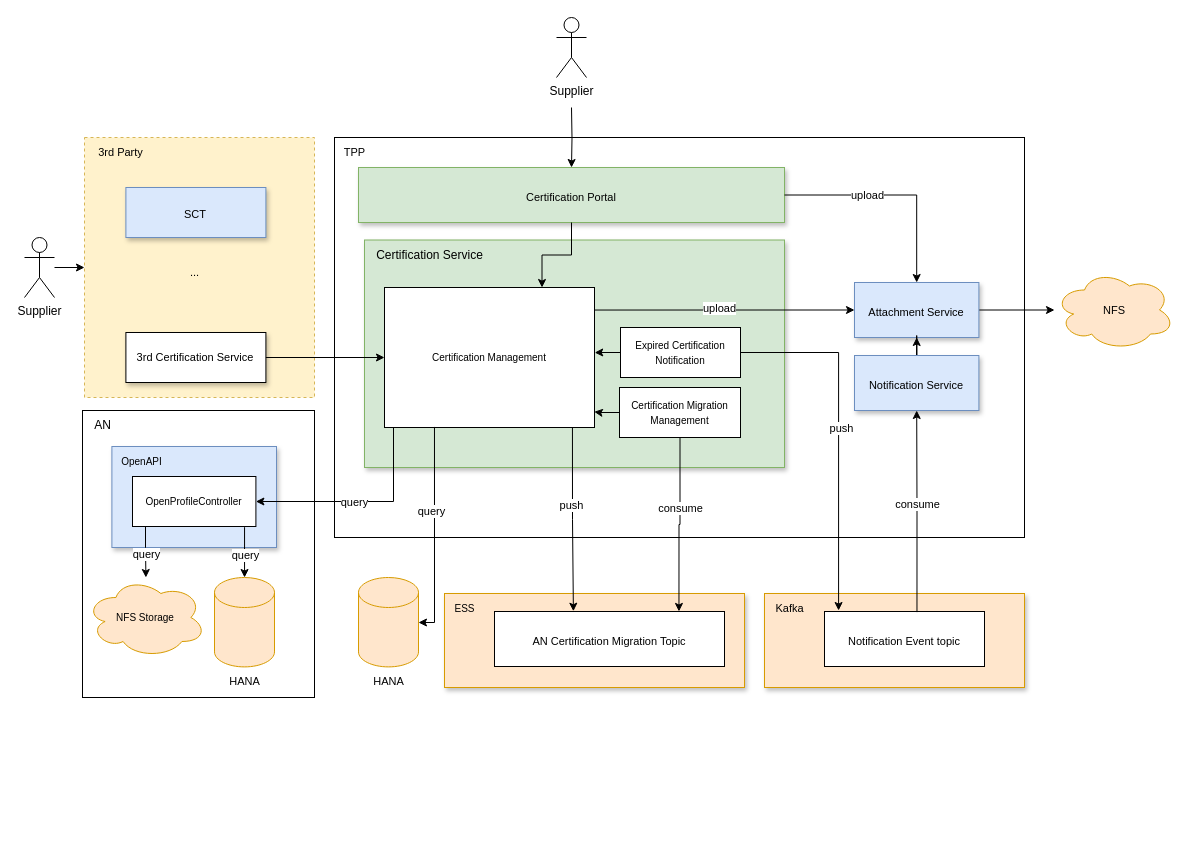
The draw.io diagram certification_service_block.drawio in huangshijie/Drawio, before the edit. Source tidied: cells renumbered, new cells numbered last; positions are measured from the earlier drawing's top-left corner, leaving out a move shared by most shapes. Both pictures are drawn from the tidied source at 100%, with x=0, y=0 at pixel (24, 17).
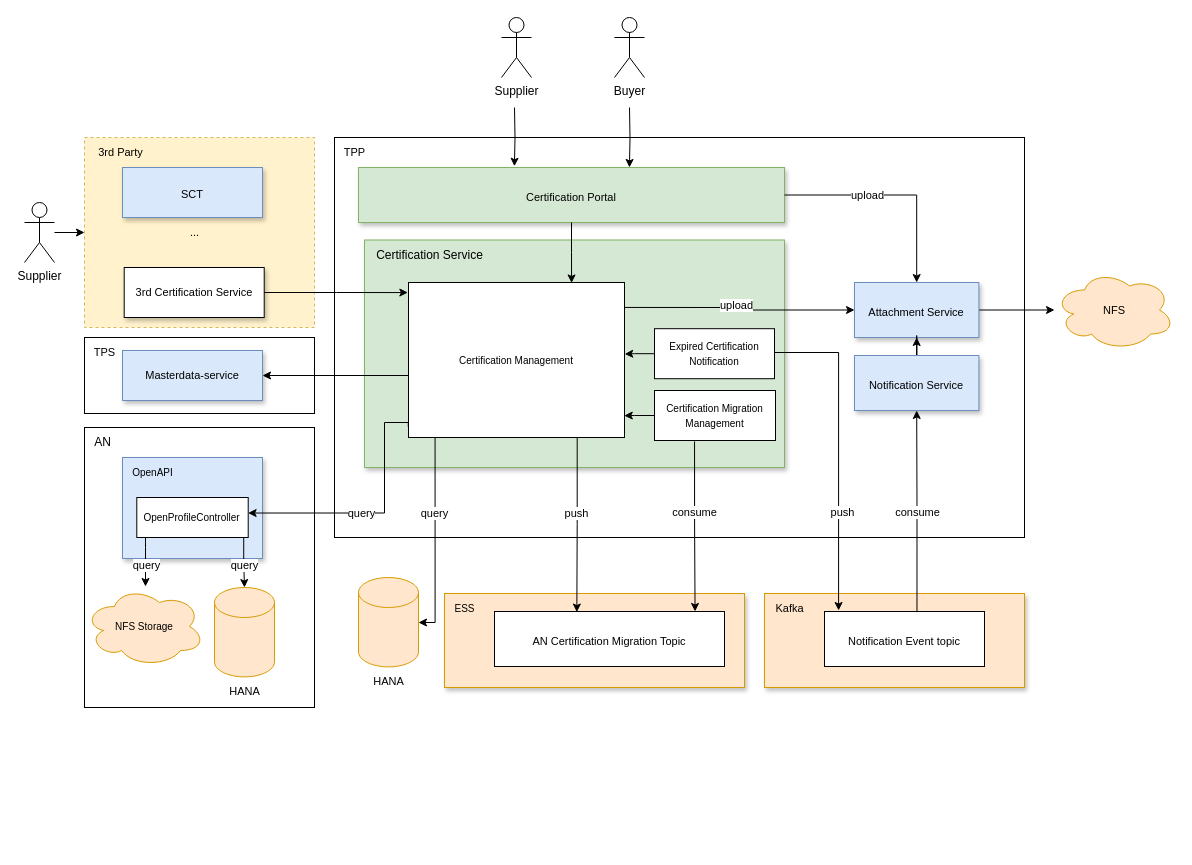
The same diagram, later.

The change refers to these unchanged cells:
```xml
<mxCell id="2" style="group;" parent="1" vertex="1">
  <mxGeometry width="1150" height="830" as="geometry" />
</mxCell>
<mxCell id="8" value="&lt;font style=&quot;font-size: 11px;&quot;&gt;Certification Portal&lt;/font&gt;" style="whiteSpace=wrap;html=1;shadow=1;fontSize=18;fillColor=#d5e8d4;strokeColor=#82b366;" parent="2" vertex="1">
  <mxGeometry x="334" y="150" width="426" height="55" as="geometry" />
</mxCell>
<mxCell id="18" style="shape=cylinder3;whiteSpace=wrap;html=1;boundedLbl=1;backgroundOutline=1;size=15;fillColor=#ffe6cc;strokeColor=#d79b00;" parent="17" vertex="1">
  <mxGeometry width="60" height="89.4" as="geometry" />
</mxCell>
<mxCell id="28" style="shape=cylinder3;whiteSpace=wrap;html=1;boundedLbl=1;backgroundOutline=1;size=15;fillColor=#ffe6cc;strokeColor=#d79b00;" parent="27" vertex="1">
  <mxGeometry width="60" height="89.4" as="geometry" />
</mxCell>
<mxCell id="41" value="&lt;font style=&quot;font-size: 11px;&quot;&gt;AN Certification Migration Topic&lt;/font&gt;" style="whiteSpace=wrap;html=1;shadow=0;fontSize=18;" parent="2" vertex="1">
  <mxGeometry x="470" y="594" width="230" height="55" as="geometry" />
</mxCell>
<mxCell id="47" style="edgeStyle=orthogonalEdgeStyle;rounded=0;jettySize=auto;html=1;entryX=0.088;entryY=-0.018;entryDx=0;entryDy=0;fontFamily=Helvetica;fontSize=10;entryPerimeter=0;exitX=1;exitY=0.5;exitDx=0;exitDy=0;" parent="2" edge="1" source="50" target="38">
  <mxGeometry relative="1" as="geometry">
    <Array as="points">
      <mxPoint x="814" y="335" />
    </Array>
  </mxGeometry>
</mxCell>
<mxCell id="63" style="edgeStyle=orthogonalEdgeStyle;rounded=0;jettySize=auto;html=1;exitX=0.578;exitY=0.011;exitDx=0;exitDy=0;entryX=0.5;entryY=1;entryDx=0;entryDy=0;fontFamily=Helvetica;fontSize=10;exitPerimeter=0;" parent="2" edge="1" source="38" target="62">
  <mxGeometry relative="1" as="geometry" />
</mxCell>
```

The edit, as a diff of the source:
```diff
@@
     <mxCell id="3" style="rounded=0;whiteSpace=wrap;html=1;dashed=1;fillColor=#fff2cc;strokeColor=#d6b656;" parent="2" vertex="1">
-      <mxGeometry x="60" y="120" width="230" height="260" as="geometry" />
+      <mxGeometry x="60" y="120" width="230" height="190" as="geometry" />
     </mxCell>
@@
-    <mxCell id="5" style="edgeStyle=orthogonalEdgeStyle;rounded=0;jettySize=auto;html=1;fontFamily=Helvetica;fontSize=11;" parent="2" edge="1" target="8">
+    <mxCell id="5" style="edgeStyle=orthogonalEdgeStyle;rounded=0;jettySize=auto;html=1;fontFamily=Helvetica;fontSize=11;entryX=0.366;entryY=-0.023;entryDx=0;entryDy=0;entryPerimeter=0;" parent="2" edge="1" target="8">
       <mxGeometry relative="1" as="geometry">
-        <mxPoint x="547" y="90" as="sourcePoint" />
+        <mxPoint x="490" y="90" as="sourcePoint" />
       </mxGeometry>
     </mxCell>
     <mxCell id="6" value="Supplier" style="shape=umlActor;verticalLabelPosition=bottom;verticalAlign=top;html=1;" parent="2" vertex="1">
-      <mxGeometry x="532" width="30" height="60" as="geometry" />
+      <mxGeometry x="477" width="30" height="60" as="geometry" />
     </mxCell>
@@
     <mxCell id="10" value="&lt;font style=&quot;font-size: 11px;&quot;&gt;SCT&lt;/font&gt;" style="whiteSpace=wrap;html=1;shadow=1;fontSize=18;fillColor=#dae8fc;strokeColor=#6c8ebf;" parent="2" vertex="1">
-      <mxGeometry x="101.4" y="170" width="140" height="50" as="geometry" />
+      <mxGeometry x="98" y="150" width="140" height="50" as="geometry" />
     </mxCell>
@@
     <mxCell id="15" style="rounded=0;whiteSpace=wrap;html=1;" parent="2" vertex="1">
-      <mxGeometry x="58" y="393" width="232" height="287" as="geometry" />
+      <mxGeometry x="60" y="410" width="230" height="280" as="geometry" />
     </mxCell>
     <mxCell id="16" value="AN" style="text;html=1;align=center;verticalAlign=middle;strokeColor=none;fillColor=none;" parent="2" vertex="1">
-      <mxGeometry x="58" y="393" width="40" height="30" as="geometry" />
+      <mxGeometry x="58" y="410" width="40" height="30" as="geometry" />
     </mxCell>
     <mxCell id="17" style="group;" parent="2" vertex="1">
-      <mxGeometry x="190" y="560" width="60" height="123" as="geometry" />
+      <mxGeometry x="190" y="570" width="60" height="123" as="geometry" />
     </mxCell>
@@
     <mxCell id="20" value="&lt;font style=&quot;font-size: 11px;&quot;&gt;3rd Certification Service&lt;/font&gt;" style="rounded=0;whiteSpace=wrap;html=1;shadow=1;" parent="2" vertex="1">
-      <mxGeometry x="101.4" y="315" width="140" height="50" as="geometry" />
+      <mxGeometry x="99.7" y="250" width="140" height="50" as="geometry" />
     </mxCell>
@@
     <mxCell id="22" value="Supplier" style="shape=umlActor;verticalLabelPosition=bottom;verticalAlign=top;html=1;outlineConnect=0;" parent="2" vertex="1">
-      <mxGeometry y="220" width="30" height="60" as="geometry" />
+      <mxGeometry y="185" width="30" height="60" as="geometry" />
     </mxCell>
     <mxCell id="23" value="&lt;font style=&quot;font-size: 10px;&quot;&gt;NFS Storage&lt;/font&gt;" style="ellipse;shape=cloud;whiteSpace=wrap;html=1;fillColor=#ffe6cc;strokeColor=#d79b00;" parent="2" vertex="1">
-      <mxGeometry x="61.4" y="560" width="120" height="80" as="geometry" />
+      <mxGeometry x="60" y="569" width="120" height="80" as="geometry" />
     </mxCell>
@@
     <mxCell id="25" style="whiteSpace=wrap;html=1;shadow=1;fontSize=18;fillColor=#dae8fc;strokeColor=#6c8ebf;" parent="2" vertex="1">
-      <mxGeometry x="87.4" y="429" width="164.6" height="101" as="geometry" />
+      <mxGeometry x="98" y="440" width="140" height="101" as="geometry" />
     </mxCell>
     <mxCell id="26" value="&lt;font style=&quot;font-size: 10px;&quot;&gt;OpenAPI&lt;/font&gt;" style="text;html=1;align=center;verticalAlign=middle;strokeColor=none;fillColor=none;" parent="2" vertex="1">
-      <mxGeometry x="87.4" y="429" width="60" height="30" as="geometry" />
+      <mxGeometry x="98" y="440" width="60" height="30" as="geometry" />
     </mxCell>
@@
     <mxCell id="31" value="&lt;span style=&quot;&quot;&gt;&lt;font style=&quot;font-size: 10px;&quot;&gt;OpenProfileController&lt;/font&gt;&lt;/span&gt;" style="rounded=0;whiteSpace=wrap;html=1;" parent="2" vertex="1">
-      <mxGeometry x="108" y="459" width="123.4" height="50" as="geometry" />
+      <mxGeometry x="112.3" y="480" width="111.4" height="40" as="geometry" />
     </mxCell>
     <mxCell id="32" style="edgeStyle=orthogonalEdgeStyle;rounded=0;jettySize=auto;html=1;fontFamily=Helvetica;" parent="2" edge="1" target="23">
       <mxGeometry relative="1" as="geometry">
-        <mxPoint x="121" y="509" as="sourcePoint" />
+        <mxPoint x="121" y="520" as="sourcePoint" />
         <Array as="points">
           <mxPoint x="121" y="530" />
           <mxPoint x="121" y="530" />
         </Array>
       </mxGeometry>
     </mxCell>
@@
-    <mxCell id="34" style="edgeStyle=orthogonalEdgeStyle;rounded=0;jettySize=auto;html=1;exitX=0.908;exitY=1.014;exitDx=0;exitDy=0;exitPerimeter=0;" parent="2" edge="1" source="31" target="18">
+    <mxCell id="34" style="edgeStyle=orthogonalEdgeStyle;rounded=0;jettySize=auto;html=1;exitX=0.96;exitY=0.991;exitDx=0;exitDy=0;exitPerimeter=0;" parent="2" edge="1" source="31" target="18">
       <mxGeometry relative="1" as="geometry" />
     </mxCell>
@@
-    <mxCell id="42" style="edgeStyle=orthogonalEdgeStyle;rounded=0;jettySize=auto;html=1;fontFamily=Helvetica;fontSize=10;exitX=0.895;exitY=1.002;exitDx=0;exitDy=0;exitPerimeter=0;entryX=0.343;entryY=-0.005;entryDx=0;entryDy=0;entryPerimeter=0;" parent="2" edge="1" source="46" target="41">
+    <mxCell id="42" style="edgeStyle=orthogonalEdgeStyle;rounded=0;jettySize=auto;html=1;fontFamily=Helvetica;fontSize=10;exitX=0.781;exitY=0.997;exitDx=0;exitDy=0;exitPerimeter=0;entryX=0.358;entryY=0.01;entryDx=0;entryDy=0;entryPerimeter=0;" parent="2" edge="1" source="46" target="41">
       <mxGeometry relative="1" as="geometry" />
     </mxCell>
     <mxCell id="43" value="push" style="edgeLabel;html=1;align=center;verticalAlign=middle;fontSize=11;fontFamily=Helvetica;" parent="42" vertex="1">
-      <mxGeometry x="-0.16" y="-1" relative="1" as="geometry" />
+      <mxGeometry x="-0.16" y="-1" relative="1" as="geometry">
+        <mxPoint y="2" as="offset" />
+      </mxGeometry>
     </mxCell>
@@
     <mxCell id="46" value="&lt;span style=&quot;&quot;&gt;&lt;font style=&quot;font-size: 10px;&quot;&gt;Certification Management&lt;/font&gt;&lt;/span&gt;" style="rounded=0;whiteSpace=wrap;html=1;" parent="2" vertex="1">
-      <mxGeometry x="360" y="270" width="210" height="140" as="geometry" />
+      <mxGeometry x="384" y="265" width="216" height="155" as="geometry" />
     </mxCell>
@@
     <mxCell id="48" value="push" style="edgeLabel;html=1;align=center;verticalAlign=middle;fontSize=11;fontFamily=Helvetica;" parent="47" vertex="1">
-      <mxGeometry x="-0.02" y="2" relative="1" as="geometry" />
+      <mxGeometry x="-0.02" y="2" relative="1" as="geometry">
+        <mxPoint x="1" y="67" as="offset" />
+      </mxGeometry>
     </mxCell>
-    <mxCell id="49" style="edgeStyle=orthogonalEdgeStyle;rounded=0;jettySize=auto;html=1;entryX=1.001;entryY=0.465;entryDx=0;entryDy=0;entryPerimeter=0;fontFamily=Helvetica;fontSize=10;" parent="2" edge="1" source="50" target="46">
+    <mxCell id="49" style="edgeStyle=orthogonalEdgeStyle;rounded=0;jettySize=auto;html=1;fontFamily=Helvetica;fontSize=10;entryX=1.001;entryY=0.461;entryDx=0;entryDy=0;entryPerimeter=0;" parent="2" edge="1" source="50" target="46">
       <mxGeometry relative="1" as="geometry" />
     </mxCell>
     <mxCell id="50" value="&lt;span style=&quot;&quot;&gt;&lt;font style=&quot;font-size: 10px;&quot;&gt;Expired&amp;nbsp;Certification Notification&lt;/font&gt;&lt;/span&gt;" style="rounded=0;whiteSpace=wrap;html=1;" parent="2" vertex="1">
-      <mxGeometry x="596" y="310" width="120" height="50" as="geometry" />
+      <mxGeometry x="630" y="311.2" width="120" height="50" as="geometry" />
     </mxCell>
-    <mxCell id="51" style="edgeStyle=orthogonalEdgeStyle;rounded=0;jettySize=auto;html=1;fontFamily=Helvetica;fontSize=10;exitX=0.5;exitY=1;exitDx=0;exitDy=0;entryX=0.802;entryY=-0.001;entryDx=0;entryDy=0;entryPerimeter=0;" parent="2" edge="1" source="54" target="41">
+    <mxCell id="51" style="edgeStyle=orthogonalEdgeStyle;rounded=0;jettySize=auto;html=1;fontFamily=Helvetica;fontSize=10;exitX=0.331;exitY=1.019;exitDx=0;exitDy=0;entryX=0.872;entryY=-0.001;entryDx=0;entryDy=0;entryPerimeter=0;exitPerimeter=0;" parent="2" edge="1" source="54" target="41">
       <mxGeometry relative="1" as="geometry" />
     </mxCell>
     <mxCell id="52" value="consume" style="edgeLabel;html=1;align=center;verticalAlign=middle;fontSize=11;fontFamily=Helvetica;" parent="51" vertex="1">
       <mxGeometry x="-0.01" y="3" relative="1" as="geometry">
-        <mxPoint y="-20" as="offset" />
+        <mxPoint x="-4" y="-13" as="offset" />
       </mxGeometry>
     </mxCell>
-    <mxCell id="53" style="edgeStyle=orthogonalEdgeStyle;rounded=0;jettySize=auto;html=1;entryX=0.999;entryY=0.888;entryDx=0;entryDy=0;entryPerimeter=0;fontFamily=Helvetica;fontSize=10;" parent="2" edge="1" source="54" target="46">
+    <mxCell id="53" style="edgeStyle=orthogonalEdgeStyle;rounded=0;jettySize=auto;html=1;entryX=0.999;entryY=0.859;entryDx=0;entryDy=0;entryPerimeter=0;fontFamily=Helvetica;fontSize=10;" parent="2" edge="1" source="54" target="46">
       <mxGeometry relative="1" as="geometry" />
     </mxCell>
     <mxCell id="54" value="&lt;span style=&quot;&quot;&gt;&lt;font style=&quot;font-size: 10px;&quot;&gt;Certification Migration Management&lt;/font&gt;&lt;/span&gt;" style="rounded=0;whiteSpace=wrap;html=1;" parent="2" vertex="1">
-      <mxGeometry x="595" y="370" width="121" height="50" as="geometry" />
+      <mxGeometry x="630" y="373" width="121" height="50" as="geometry" />
     </mxCell>
-    <mxCell id="55" style="edgeStyle=orthogonalEdgeStyle;rounded=0;jettySize=auto;html=1;entryX=0;entryY=0.5;entryDx=0;entryDy=0;" parent="2" edge="1" source="20" target="46">
+    <mxCell id="55" style="edgeStyle=orthogonalEdgeStyle;rounded=0;jettySize=auto;html=1;entryX=-0.003;entryY=0.065;entryDx=0;entryDy=0;entryPerimeter=0;" parent="2" edge="1" source="20" target="46">
       <mxGeometry relative="1" as="geometry" />
     </mxCell>
-    <mxCell id="56" style="edgeStyle=orthogonalEdgeStyle;rounded=0;jettySize=auto;html=1;entryX=0.75;entryY=0;entryDx=0;entryDy=0;" parent="2" edge="1" source="8" target="46">
-      <mxGeometry relative="1" as="geometry" />
-    </mxCell>
-    <mxCell id="57" style="edgeStyle=orthogonalEdgeStyle;rounded=0;jettySize=auto;html=1;fontFamily=Helvetica;exitX=0.238;exitY=0.996;exitDx=0;exitDy=0;exitPerimeter=0;" parent="2" edge="1" source="46" target="28">
+    <mxCell id="57" style="edgeStyle=orthogonalEdgeStyle;rounded=0;jettySize=auto;html=1;fontFamily=Helvetica;exitX=0.123;exitY=1.003;exitDx=0;exitDy=0;exitPerimeter=0;" parent="2" edge="1" source="46" target="28">
       <mxGeometry relative="1" as="geometry">
         <Array as="points">
           <mxPoint x="410" y="605" />
         </Array>
       </mxGeometry>
     </mxCell>
     <mxCell id="58" value="query" style="edgeLabel;html=1;align=center;verticalAlign=middle;fontSize=11;fontFamily=Helvetica;" parent="57" vertex="1">
-      <mxGeometry x="-0.21" y="-3" relative="1" as="geometry" />
+      <mxGeometry x="-0.21" y="-3" relative="1" as="geometry">
+        <mxPoint x="2" y="-4" as="offset" />
+      </mxGeometry>
     </mxCell>
-    <mxCell id="59" style="edgeStyle=orthogonalEdgeStyle;rounded=0;jettySize=auto;html=1;entryX=1;entryY=0.5;entryDx=0;entryDy=0;" parent="2" edge="1" target="31">
+    <mxCell id="59" style="edgeStyle=orthogonalEdgeStyle;rounded=0;jettySize=auto;html=1;exitX=-0.001;exitY=0.931;exitDx=0;exitDy=0;exitPerimeter=0;entryX=0.999;entryY=0.388;entryDx=0;entryDy=0;entryPerimeter=0;" parent="2" edge="1" source="46" target="31">
       <mxGeometry relative="1" as="geometry">
-        <mxPoint x="369" y="410" as="sourcePoint" />
         <Array as="points">
-          <mxPoint x="369" y="484" />
+          <mxPoint x="384" y="405" />
+          <mxPoint x="360" y="405" />
+          <mxPoint x="360" y="496" />
         </Array>
       </mxGeometry>
     </mxCell>
@@
     <mxCell id="64" value="consume" style="edgeLabel;html=1;align=center;verticalAlign=middle;fontSize=11;fontFamily=Helvetica;" parent="63" vertex="1">
-      <mxGeometry x="0.07" relative="1" as="geometry" />
+      <mxGeometry x="0.07" relative="1" as="geometry">
+        <mxPoint y="8" as="offset" />
+      </mxGeometry>
     </mxCell>
     <mxCell id="65" value="..." style="text;html=1;align=center;verticalAlign=middle;strokeColor=none;fillColor=none;fontSize=11;fontFamily=Helvetica;" parent="2" vertex="1">
-      <mxGeometry x="154.7" y="240" width="30" height="30" as="geometry" />
+      <mxGeometry x="154.7" y="200" width="30" height="30" as="geometry" />
     </mxCell>
@@
+    <mxCell id="68" style="rounded=0;whiteSpace=wrap;html=1;shadow=0;glass=0;labelBackgroundColor=#000000;sketch=0;strokeColor=#000000;fontFamily=Helvetica;fontSize=11;fillColor=default;gradientColor=none;" parent="2" vertex="1">
+      <mxGeometry x="60" y="320" width="230" height="76" as="geometry" />
+    </mxCell>
+    <mxCell id="69" value="&lt;font style=&quot;font-size: 11px;&quot;&gt;Masterdata-service&lt;/font&gt;" style="rounded=0;whiteSpace=wrap;html=1;shadow=1;fillColor=#dae8fc;strokeColor=#6c8ebf;" parent="2" vertex="1">
+      <mxGeometry x="98" y="333" width="140" height="50" as="geometry" />
+    </mxCell>
+    <mxCell id="70" value="TPS" style="text;html=1;align=center;verticalAlign=middle;strokeColor=none;fillColor=none;fontSize=11;fontFamily=Helvetica;" parent="2" vertex="1">
+      <mxGeometry x="60" y="320" width="40" height="30" as="geometry" />
+    </mxCell>
+    <mxCell id="71" style="edgeStyle=orthogonalEdgeStyle;rounded=0;jettySize=auto;html=1;entryX=1;entryY=0.5;entryDx=0;entryDy=0;fontFamily=Helvetica;fontSize=11;exitX=-0.001;exitY=0.6;exitDx=0;exitDy=0;exitPerimeter=0;" parent="2" edge="1" source="46" target="69">
+      <mxGeometry relative="1" as="geometry" />
+    </mxCell>
+    <mxCell id="56" style="edgeStyle=orthogonalEdgeStyle;rounded=0;jettySize=auto;html=1;entryX=0.755;entryY=0.003;entryDx=0;entryDy=0;entryPerimeter=0;fontFamily=Helvetica;fontSize=11;" parent="2" edge="1" source="8" target="46">
+      <mxGeometry relative="1" as="geometry" />
+    </mxCell>
+    <mxCell id="72" style="edgeStyle=orthogonalEdgeStyle;rounded=0;jettySize=auto;html=1;entryX=0.636;entryY=-0.001;entryDx=0;entryDy=0;entryPerimeter=0;fontFamily=Helvetica;fontSize=11;" parent="2" edge="1" target="8">
+      <mxGeometry relative="1" as="geometry">
+        <mxPoint x="605" y="90" as="sourcePoint" />
+      </mxGeometry>
+    </mxCell>
+    <mxCell id="73" value="Buyer" style="shape=umlActor;verticalLabelPosition=bottom;verticalAlign=top;html=1;" parent="2" vertex="1">
+      <mxGeometry x="590" width="30" height="60" as="geometry" />
+    </mxCell>
```
